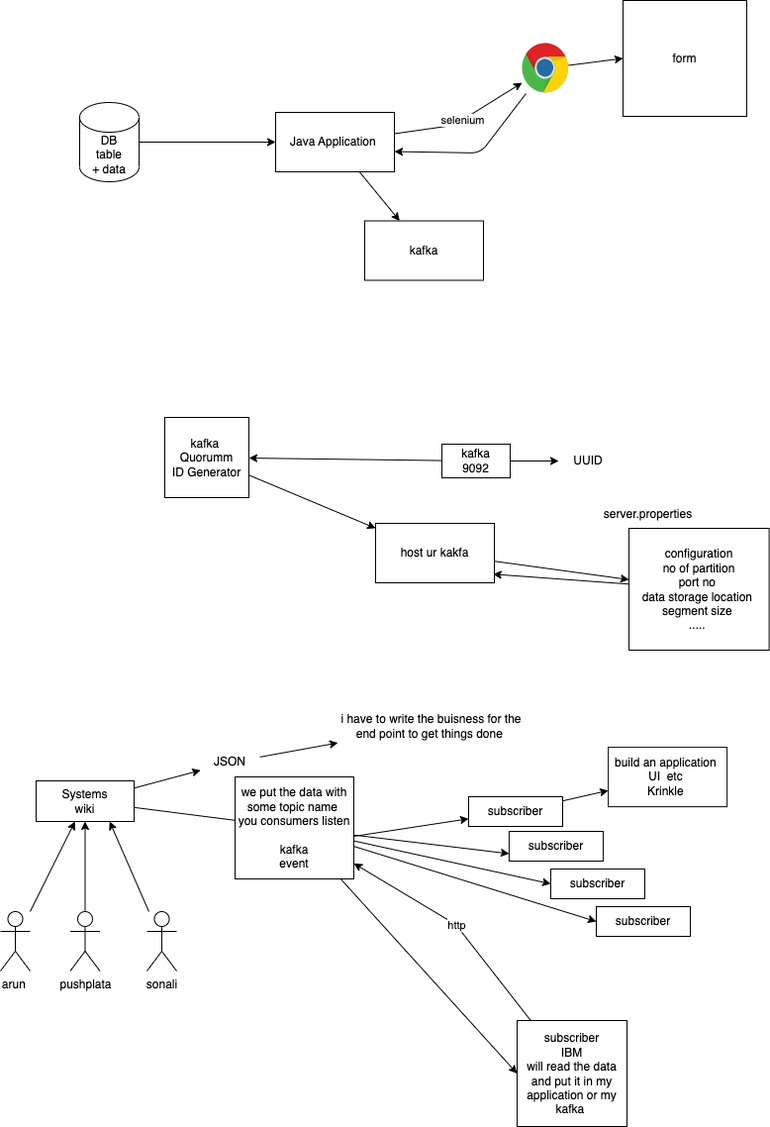
The draw.io diagram images/day-3.drawio.png in adithnaveen/ibm-kafka-may-2023, before a commit. Source tidied: cells renumbered, new cells last; positions are measured from the earlier drawing's top-left corner, leaving out a move shared by most shapes.
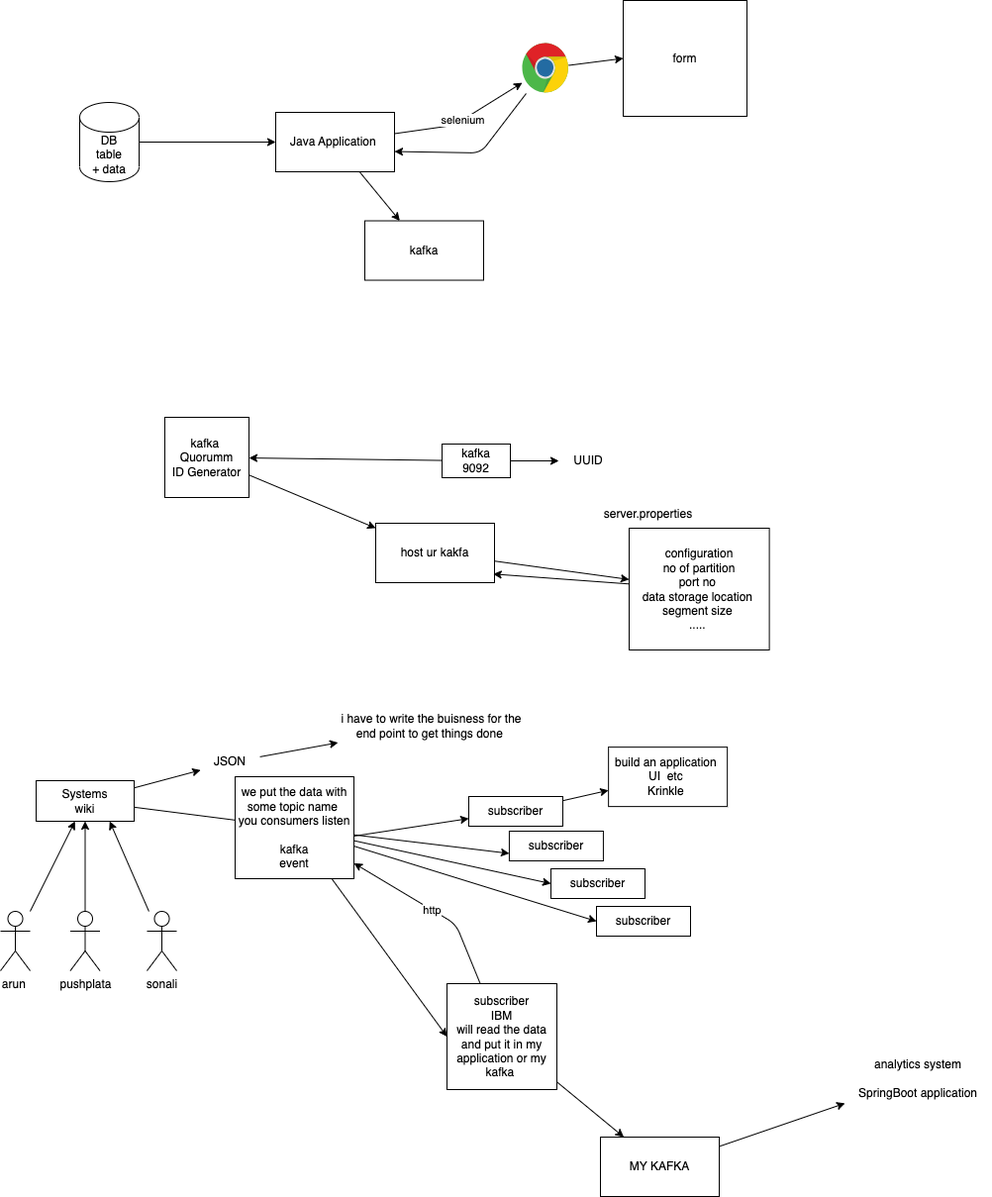
After the change.

Diff of the diagram source:
```diff
@@ -135,8 +135,11 @@
         </Array>
       </mxGeometry>
     </mxCell>
+    <mxCell id="49" style="edgeStyle=none;html=1;" parent="1" edge="1" source="41" target="51">
+      <mxGeometry relative="1" as="geometry" />
+    </mxCell>
     <mxCell id="41" value="subscriber&lt;br&gt;IBM&lt;br&gt;will read the data and put it in my application or my kafka&amp;nbsp;" style="rounded=0;whiteSpace=wrap;html=1;" parent="1" vertex="1">
-      <mxGeometry x="522" y="1030" width="111" height="107" as="geometry" />
+      <mxGeometry x="451" y="993" width="111" height="107" as="geometry" />
     </mxCell>
     <mxCell id="42" style="edgeStyle=none;html=1;endArrow=none;" parent="1" edge="1" source="25" target="47">
       <mxGeometry relative="1" as="geometry" />
@@ -159,5 +162,14 @@
     <mxCell id="48" value="build an application&amp;nbsp;&lt;br&gt;UI&amp;nbsp; etc&amp;nbsp;&lt;br&gt;Krinkle&amp;nbsp;" style="rounded=0;whiteSpace=wrap;html=1;" parent="1" vertex="1">
       <mxGeometry x="614.1" y="754.1" width="120" height="60" as="geometry" />
     </mxCell>
+    <mxCell id="50" style="edgeStyle=none;html=1;" parent="1" edge="1" source="51" target="52">
+      <mxGeometry relative="1" as="geometry" />
+    </mxCell>
+    <mxCell id="51" value="MY KAFKA" style="rounded=0;whiteSpace=wrap;html=1;" parent="1" vertex="1">
+      <mxGeometry x="606" y="1148" width="120" height="60" as="geometry" />
+    </mxCell>
+    <mxCell id="52" value="analytics system&lt;br&gt;&lt;br&gt;SpringBoot application" style="text;html=1;strokeColor=none;fillColor=none;align=center;verticalAlign=middle;whiteSpace=wrap;rounded=0;" parent="1" vertex="1">
+      <mxGeometry x="853" y="1063" width="148" height="51" as="geometry" />
+    </mxCell>
   </root>
 </mxGraphModel>
```
